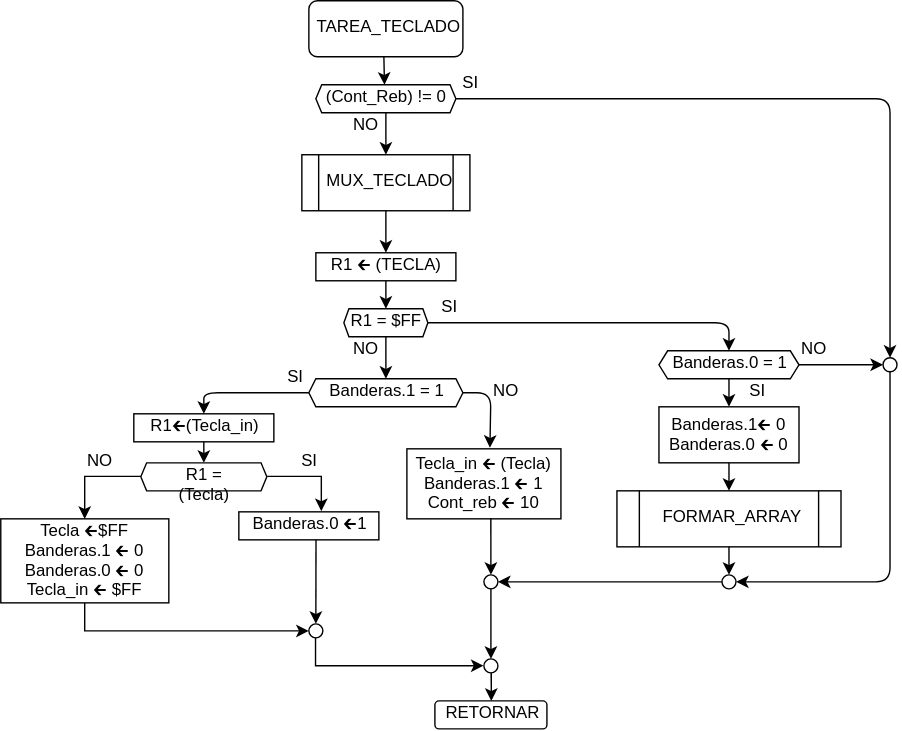
Above: PROYECTO/diagrams_svg/TAREA_TECLADO.svg in slealq/micros (draw.io), before the change. Source tidied: cells renumbered, new cells last; positions are measured from the earlier drawing's top-left corner, leaving out a move shared by most shapes. The source it was exported from:
```xml
<mxGraphModel>
  <root>
    <mxCell id="0" />
    <mxCell id="1" parent="0" />
    <mxCell id="2" value="TAREA_TECLADO" style="rounded=1;whiteSpace=wrap;html=1;" parent="1" vertex="1">
      <mxGeometry x="220" width="110" height="40" as="geometry" />
    </mxCell>
    <mxCell id="3" style="endArrow=classic;html=1;exitX=0.487;exitY=1.007;exitDx=0;exitDy=0;exitPerimeter=0;" parent="1" edge="1" source="2">
      <mxGeometry relative="1" as="geometry">
        <mxPoint x="274" y="60" as="targetPoint" />
      </mxGeometry>
    </mxCell>
    <mxCell id="4" value="(Cont_Reb) != 0" style="shape=hexagon;perimeter=hexagonPerimeter2;whiteSpace=wrap;html=1;size=0.041860465116279784;" parent="1" vertex="1">
      <mxGeometry x="225" y="60" width="100" height="20" as="geometry" />
    </mxCell>
    <mxCell id="5" style="endArrow=classic;html=1;exitX=0.5;exitY=1;exitDx=0;exitDy=0;entryX=0.5;entryY=0;entryDx=0;entryDy=0;" parent="1" edge="1" source="4" target="7">
      <mxGeometry relative="1" as="geometry" />
    </mxCell>
    <mxCell id="6" value="NO" style="text;strokeColor=none;fillColor=none;align=center;verticalAlign=middle;whiteSpace=wrap;rounded=0;html=1;" parent="1" vertex="1">
      <mxGeometry x="240" y="80" width="40" height="20" as="geometry" />
    </mxCell>
    <mxCell id="7" value="MUX_TECLADO" style="shape=process;whiteSpace=wrap;html=1;backgroundOutline=1;" parent="1" vertex="1">
      <mxGeometry x="215" y="110" width="120" height="40" as="geometry" />
    </mxCell>
    <mxCell id="8" value="R1 🡰 (TECLA)" style="rounded=0;whiteSpace=wrap;html=1;" parent="1" vertex="1">
      <mxGeometry x="225" y="180" width="100" height="20" as="geometry" />
    </mxCell>
    <mxCell id="9" value="R1 = $FF" style="shape=hexagon;perimeter=hexagonPerimeter2;whiteSpace=wrap;html=1;size=0.06000000000000038;" parent="1" vertex="1">
      <mxGeometry x="245" y="220" width="60" height="20" as="geometry" />
    </mxCell>
    <mxCell id="10" style="endArrow=classic;html=1;exitX=0.5;exitY=1;exitDx=0;exitDy=0;entryX=0.5;entryY=0;entryDx=0;entryDy=0;" parent="1" edge="1" source="7" target="8">
      <mxGeometry relative="1" as="geometry" />
    </mxCell>
    <mxCell id="11" style="endArrow=classic;html=1;exitX=0.5;exitY=1;exitDx=0;exitDy=0;entryX=0.5;entryY=0;entryDx=0;entryDy=0;" parent="1" edge="1" source="8" target="9">
      <mxGeometry relative="1" as="geometry" />
    </mxCell>
    <mxCell id="12" value="Banderas.1 = 1" style="shape=hexagon;perimeter=hexagonPerimeter2;whiteSpace=wrap;html=1;size=0.04545454545454442;" parent="1" vertex="1">
      <mxGeometry x="220" y="270" width="110" height="20" as="geometry" />
    </mxCell>
    <mxCell id="13" style="endArrow=classic;html=1;exitX=0.5;exitY=1;exitDx=0;exitDy=0;entryX=0.5;entryY=0;entryDx=0;entryDy=0;" parent="1" edge="1" source="9" target="12">
      <mxGeometry relative="1" as="geometry" />
    </mxCell>
    <mxCell id="14" value="SI" style="text;strokeColor=none;fillColor=none;align=center;verticalAlign=middle;whiteSpace=wrap;rounded=0;html=1;" parent="1" vertex="1">
      <mxGeometry x="315" y="50" width="40" height="20" as="geometry" />
    </mxCell>
    <mxCell id="15" value="NO" style="text;strokeColor=none;fillColor=none;align=center;verticalAlign=middle;whiteSpace=wrap;rounded=0;html=1;" parent="1" vertex="1">
      <mxGeometry x="240" y="240" width="40" height="20" as="geometry" />
    </mxCell>
    <mxCell id="16" style="endArrow=classic;html=1;entryX=0.5;entryY=0;entryDx=0;entryDy=0;" parent="1" edge="1" target="17">
      <mxGeometry relative="1" as="geometry">
        <mxPoint x="305" y="230" as="sourcePoint" />
        <Array as="points">
          <mxPoint x="520" y="230" />
        </Array>
      </mxGeometry>
    </mxCell>
    <mxCell id="17" value="Banderas.0 = 1" style="shape=hexagon;perimeter=hexagonPerimeter2;whiteSpace=wrap;html=1;size=0.06199999999999932;" parent="1" vertex="1">
      <mxGeometry x="470" y="250" width="100" height="20" as="geometry" />
    </mxCell>
    <mxCell id="18" style="endArrow=classic;html=1;exitX=0.5;exitY=1;exitDx=0;exitDy=0;" parent="1" edge="1" source="17">
      <mxGeometry relative="1" as="geometry">
        <mxPoint x="520" y="290" as="targetPoint" />
      </mxGeometry>
    </mxCell>
    <mxCell id="19" value="Banderas.1🡰 0&#10;Banderas.0 🡰 0" style="rounded=0;" parent="1" vertex="1">
      <mxGeometry x="470" y="290" width="100" height="40" as="geometry" />
    </mxCell>
    <mxCell id="20" value="FORMAR_ARRAY" style="shape=process;whiteSpace=wrap;html=1;backgroundOutline=1;" parent="1" vertex="1">
      <mxGeometry x="440" y="350" width="160" height="40" as="geometry" />
    </mxCell>
    <mxCell id="21" style="endArrow=classic;html=1;exitX=0.5;exitY=1;exitDx=0;exitDy=0;entryX=0.5;entryY=0;entryDx=0;entryDy=0;" parent="1" edge="1" source="19" target="20">
      <mxGeometry relative="1" as="geometry" />
    </mxCell>
    <mxCell id="22" value="SI" style="text;strokeColor=none;fillColor=none;align=center;verticalAlign=middle;whiteSpace=wrap;rounded=0;html=1;" parent="1" vertex="1">
      <mxGeometry x="520" y="270" width="40" height="20" as="geometry" />
    </mxCell>
    <mxCell id="23" style="ellipse;whiteSpace=wrap;align=center;html=1;" parent="1" vertex="1">
      <mxGeometry x="515" y="410" width="10" height="10" as="geometry" />
    </mxCell>
    <mxCell id="24" style="endArrow=classic;html=1;exitX=0.5;exitY=1;exitDx=0;exitDy=0;entryX=0.5;entryY=0;entryDx=0;entryDy=0;" parent="1" edge="1" source="20" target="23">
      <mxGeometry relative="1" as="geometry" />
    </mxCell>
    <mxCell id="25" style="endArrow=classic;html=1;exitX=1;exitY=0.5;exitDx=0;exitDy=0;entryX=0;entryY=0.5;entryDx=0;entryDy=0;" parent="1" edge="1" source="17" target="27">
      <mxGeometry relative="1" as="geometry" />
    </mxCell>
    <mxCell id="26" style="endArrow=classic;html=1;exitX=0.25;exitY=1;exitDx=0;exitDy=0;entryX=0.5;entryY=0;entryDx=0;entryDy=0;" parent="1" edge="1" source="14" target="27">
      <mxGeometry relative="1" as="geometry">
        <Array as="points">
          <mxPoint x="635" y="70" />
        </Array>
      </mxGeometry>
    </mxCell>
    <mxCell id="27" style="ellipse;whiteSpace=wrap;align=center;html=1;" parent="1" vertex="1">
      <mxGeometry x="630" y="255" width="10" height="10" as="geometry" />
    </mxCell>
    <mxCell id="28" style="endArrow=classic;html=1;exitX=0.5;exitY=1;exitDx=0;exitDy=0;entryX=1;entryY=0.5;entryDx=0;entryDy=0;" parent="1" edge="1" source="27" target="23">
      <mxGeometry relative="1" as="geometry">
        <Array as="points">
          <mxPoint x="635" y="415" />
        </Array>
      </mxGeometry>
    </mxCell>
    <mxCell id="29" value="NO" style="text;strokeColor=none;fillColor=none;align=center;verticalAlign=middle;whiteSpace=wrap;rounded=0;html=1;" parent="1" vertex="1">
      <mxGeometry x="560" y="240" width="40" height="20" as="geometry" />
    </mxCell>
    <mxCell id="30" value="SI" style="text;strokeColor=none;fillColor=none;align=center;verticalAlign=middle;whiteSpace=wrap;rounded=0;html=1;" parent="1" vertex="1">
      <mxGeometry x="300" y="210" width="40" height="20" as="geometry" />
    </mxCell>
    <mxCell id="31" value="Tecla_in 🡰 (Tecla)&#10;Banderas.1 🡰 1&#10;Cont_reb 🡰 10 " style="rounded=0;" parent="1" vertex="1">
      <mxGeometry x="290" y="320" width="110" height="50" as="geometry" />
    </mxCell>
    <mxCell id="32" style="endArrow=classic;html=1;exitX=1;exitY=0.5;exitDx=0;exitDy=0;entryX=0.539;entryY=-0.016;entryDx=0;entryDy=0;entryPerimeter=0;" parent="1" edge="1" source="12" target="31">
      <mxGeometry relative="1" as="geometry">
        <Array as="points">
          <mxPoint x="350" y="280" />
        </Array>
      </mxGeometry>
    </mxCell>
    <mxCell id="33" value="NO" style="text;strokeColor=none;fillColor=none;align=center;verticalAlign=middle;whiteSpace=wrap;rounded=0;html=1;" parent="1" vertex="1">
      <mxGeometry x="340" y="270" width="40" height="20" as="geometry" />
    </mxCell>
    <mxCell id="34" style="edgeStyle=orthogonalEdgeStyle;rounded=0;jettySize=auto;html=1;exitX=0;exitY=0.5;exitDx=0;exitDy=0;entryX=0.5;entryY=0;entryDx=0;entryDy=0;" parent="1" edge="1" source="36" target="39">
      <mxGeometry relative="1" as="geometry" />
    </mxCell>
    <mxCell id="35" style="edgeStyle=orthogonalEdgeStyle;rounded=0;jettySize=auto;html=1;exitX=1;exitY=0.5;exitDx=0;exitDy=0;entryX=0.59;entryY=-0.033;entryDx=0;entryDy=0;entryPerimeter=0;" parent="1" edge="1" source="36" target="37">
      <mxGeometry relative="1" as="geometry" />
    </mxCell>
    <mxCell id="36" value="R1 = (Tecla)" style="shape=hexagon;perimeter=hexagonPerimeter2;whiteSpace=wrap;html=1;size=0.046153846153846594;" parent="1" vertex="1">
      <mxGeometry x="100" y="330" width="90" height="20" as="geometry" />
    </mxCell>
    <mxCell id="37" value="Banderas.0 🡰1" style="rounded=0;whiteSpace=wrap;html=1;" parent="1" vertex="1">
      <mxGeometry x="170" y="365" width="100" height="20" as="geometry" />
    </mxCell>
    <mxCell id="38" style="edgeStyle=orthogonalEdgeStyle;rounded=0;jettySize=auto;html=1;exitX=0.5;exitY=1;exitDx=0;exitDy=0;entryX=0;entryY=0.5;entryDx=0;entryDy=0;" parent="1" edge="1" source="39" target="44">
      <mxGeometry relative="1" as="geometry" />
    </mxCell>
    <mxCell id="39" value="Tecla 🡰$FF&#10;Banderas.1 🡰 0&#10;Banderas.0 🡰 0&#10;Tecla_in 🡰 $FF" style="rounded=0;" parent="1" vertex="1">
      <mxGeometry y="370" width="120" height="60" as="geometry" />
    </mxCell>
    <mxCell id="40" style="endArrow=classic;html=1;exitX=0;exitY=0.5;exitDx=0;exitDy=0;entryX=1;entryY=0.5;entryDx=0;entryDy=0;" parent="1" edge="1" source="23" target="42">
      <mxGeometry relative="1" as="geometry" />
    </mxCell>
    <mxCell id="41" style="endArrow=classic;html=1;exitX=0.545;exitY=0.993;exitDx=0;exitDy=0;exitPerimeter=0;" parent="1" edge="1" source="31">
      <mxGeometry relative="1" as="geometry">
        <mxPoint x="350" y="410" as="targetPoint" />
      </mxGeometry>
    </mxCell>
    <mxCell id="42" style="ellipse;whiteSpace=wrap;align=center;html=1;" parent="1" vertex="1">
      <mxGeometry x="345" y="410" width="10" height="10" as="geometry" />
    </mxCell>
    <mxCell id="43" style="edgeStyle=orthogonalEdgeStyle;rounded=0;jettySize=auto;html=1;exitX=0.5;exitY=1;exitDx=0;exitDy=0;entryX=0;entryY=0.5;entryDx=0;entryDy=0;" parent="1" edge="1" source="44" target="52">
      <mxGeometry relative="1" as="geometry" />
    </mxCell>
    <mxCell id="44" style="ellipse;whiteSpace=wrap;align=center;html=1;" parent="1" vertex="1">
      <mxGeometry x="220" y="445" width="10" height="10" as="geometry" />
    </mxCell>
    <mxCell id="45" style="endArrow=classic;html=1;entryX=0.5;entryY=0;entryDx=0;entryDy=0;exitX=0.551;exitY=1;exitDx=0;exitDy=0;exitPerimeter=0;" parent="1" edge="1" source="37" target="44">
      <mxGeometry relative="1" as="geometry" />
    </mxCell>
    <mxCell id="46" style="endArrow=classic;html=1;exitX=0.5;exitY=1;exitDx=0;exitDy=0;entryX=0.5;entryY=0;entryDx=0;entryDy=0;" parent="1" edge="1" source="42" target="52">
      <mxGeometry relative="1" as="geometry" />
    </mxCell>
    <mxCell id="47" style="edgeStyle=orthogonalEdgeStyle;rounded=0;jettySize=auto;html=1;exitX=0.5;exitY=1;exitDx=0;exitDy=0;" parent="1" edge="1" target="48">
      <mxGeometry relative="1" as="geometry">
        <mxPoint x="350" y="470" as="sourcePoint" />
      </mxGeometry>
    </mxCell>
    <mxCell id="48" value="RETORNAR" style="rounded=1;whiteSpace=wrap;html=1;" parent="1" vertex="1">
      <mxGeometry x="310" y="500" width="80" height="20" as="geometry" />
    </mxCell>
    <mxCell id="49" value="SI" style="text;strokeColor=none;fillColor=none;align=center;verticalAlign=middle;whiteSpace=wrap;rounded=0;html=1;" parent="1" vertex="1">
      <mxGeometry x="190" y="260" width="40" height="20" as="geometry" />
    </mxCell>
    <mxCell id="50" value="NO" style="text;strokeColor=none;fillColor=none;align=center;verticalAlign=middle;whiteSpace=wrap;rounded=0;html=1;" parent="1" vertex="1">
      <mxGeometry x="50" y="320" width="40" height="20" as="geometry" />
    </mxCell>
    <mxCell id="51" value="SI" style="text;strokeColor=none;fillColor=none;align=center;verticalAlign=middle;whiteSpace=wrap;rounded=0;html=1;" parent="1" vertex="1">
      <mxGeometry x="200" y="320" width="40" height="20" as="geometry" />
    </mxCell>
    <mxCell id="52" style="ellipse;whiteSpace=wrap;align=center;html=1;" parent="1" vertex="1">
      <mxGeometry x="345" y="470" width="10" height="10" as="geometry" />
    </mxCell>
    <mxCell id="53" value="R1🡰(Tecla_in)" style="rounded=0;whiteSpace=wrap;html=1;" parent="1" vertex="1">
      <mxGeometry x="95" y="295" width="100" height="20" as="geometry" />
    </mxCell>
    <mxCell id="54" style="endArrow=classic;html=1;exitX=0.75;exitY=1;exitDx=0;exitDy=0;entryX=0.5;entryY=0;entryDx=0;entryDy=0;" parent="1" edge="1" source="49" target="53">
      <mxGeometry relative="1" as="geometry">
        <Array as="points">
          <mxPoint x="145" y="280" />
        </Array>
      </mxGeometry>
    </mxCell>
    <mxCell id="55" style="endArrow=classic;html=1;entryX=0.5;entryY=0;entryDx=0;entryDy=0;" parent="1" edge="1" source="53" target="36">
      <mxGeometry relative="1" as="geometry" />
    </mxCell>
  </root>
</mxGraphModel>
```
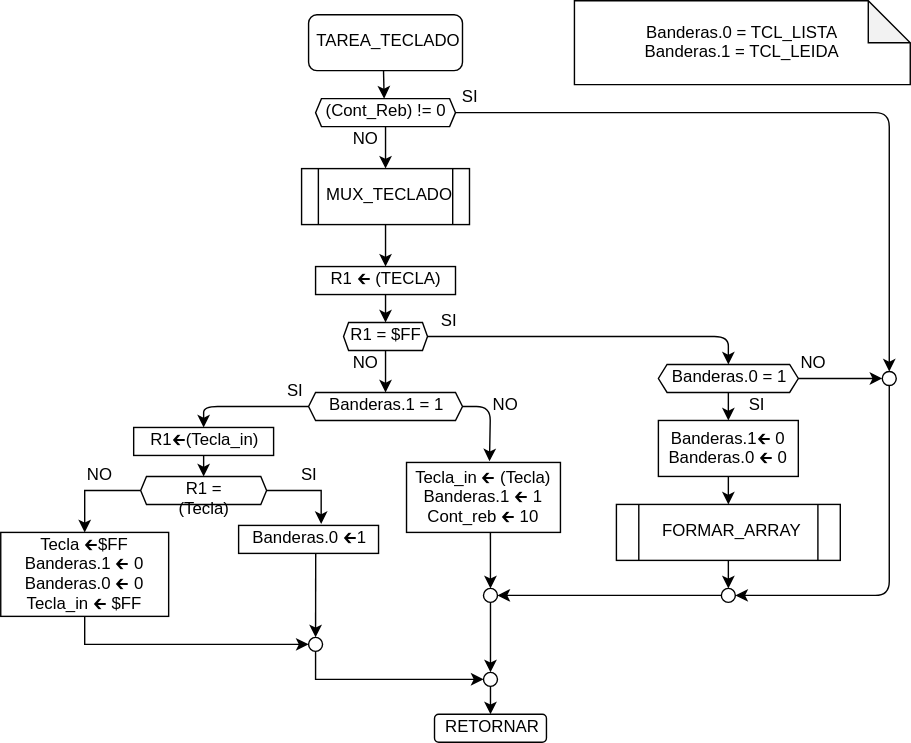
The same diagram one commit later.

Diff of the diagram source:
```diff
@@ -193,5 +193,8 @@
     <mxCell id="55" style="endArrow=classic;html=1;entryX=0.5;entryY=0;entryDx=0;entryDy=0;" parent="1" edge="1" source="53" target="36">
       <mxGeometry relative="1" as="geometry" />
     </mxCell>
+    <mxCell id="56" value="Banderas.0 = TCL_LISTA&#10;Banderas.1 = TCL_LEIDA" style="shape=note;backgroundOutline=1;darkOpacity=0.05;" parent="1" vertex="1">
+      <mxGeometry x="410" y="-10" width="240" height="60" as="geometry" />
+    </mxCell>
   </root>
 </mxGraphModel>
```
